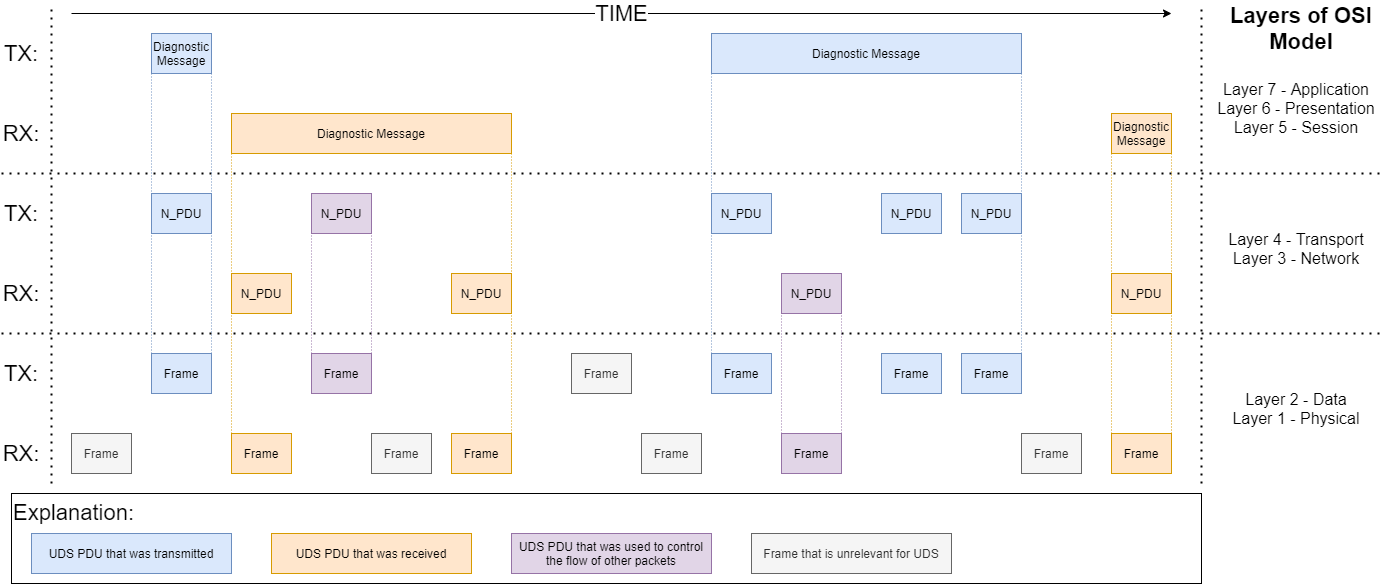
mdabrowski1990/uds keeps this draw.io diagram as docs/source/diagrams/KnowledgeBase-PDUs.png. Above is the earlier version. Source tidied: cells renumbered, new cells last; positions are measured from the earlier drawing's top-left corner, leaving out a move shared by most shapes. Its diagram source:
```xml
<mxGraphModel>
  <root>
    <mxCell id="0" />
    <mxCell id="1" parent="0" />
    <mxCell id="2" style="endArrow=none;dashed=1;html=1;dashPattern=1 3;strokeWidth=2;" parent="1" edge="1">
      <mxGeometry relative="1" as="geometry">
        <mxPoint y="170" as="sourcePoint" />
        <mxPoint x="1380" y="170" as="targetPoint" />
      </mxGeometry>
    </mxCell>
    <mxCell id="3" style="endArrow=none;dashed=1;html=1;dashPattern=1 3;strokeWidth=2;" parent="1" edge="1">
      <mxGeometry relative="1" as="geometry">
        <mxPoint y="330" as="sourcePoint" />
        <mxPoint x="1380" y="330" as="targetPoint" />
      </mxGeometry>
    </mxCell>
    <mxCell id="4" style="endArrow=none;dashed=1;html=1;dashPattern=1 3;strokeWidth=2;" parent="1" edge="1">
      <mxGeometry relative="1" as="geometry">
        <mxPoint x="1200" y="480" as="sourcePoint" />
        <mxPoint x="1200" as="targetPoint" />
      </mxGeometry>
    </mxCell>
    <mxCell id="5" value="Layers of OSI Model" style="text;html=1;strokeColor=none;fillColor=none;align=center;verticalAlign=middle;whiteSpace=wrap;rounded=0;fontStyle=1;fontSize=22;" parent="1" vertex="1">
      <mxGeometry x="1220" width="160" height="50" as="geometry" />
    </mxCell>
    <mxCell id="6" value="Layer 7 - Application&lt;br&gt;Layer 6 - Presentation&lt;br&gt;Layer 5 - Session" style="text;html=1;strokeColor=none;fillColor=none;align=center;verticalAlign=middle;whiteSpace=wrap;rounded=0;fontSize=16;perimeterSpacing=0;spacing=2;spacingTop=0;" parent="1" vertex="1">
      <mxGeometry x="1210" y="50" width="170" height="110" as="geometry" />
    </mxCell>
    <mxCell id="7" value="Diagnostic Message" style="whiteSpace=wrap;html=1;align=center;fillColor=#dae8fc;strokeColor=#6c8ebf;" parent="1" vertex="1">
      <mxGeometry x="150" y="30" width="60" height="40" as="geometry" />
    </mxCell>
    <mxCell id="8" value="Diagnostic Message" style="whiteSpace=wrap;html=1;align=center;fillColor=#ffe6cc;strokeColor=#d79b00;" parent="1" vertex="1">
      <mxGeometry x="230" y="110" width="280" height="40" as="geometry" />
    </mxCell>
    <mxCell id="9" value="N_PDU" style="whiteSpace=wrap;html=1;align=center;fillColor=#dae8fc;strokeColor=#6c8ebf;" parent="1" vertex="1">
      <mxGeometry x="150" y="190" width="60" height="40" as="geometry" />
    </mxCell>
    <mxCell id="10" value="N_PDU" style="whiteSpace=wrap;html=1;align=center;fillColor=#dae8fc;strokeColor=#6c8ebf;" parent="1" vertex="1">
      <mxGeometry x="710" y="190" width="60" height="40" as="geometry" />
    </mxCell>
    <mxCell id="11" value="N_PDU" style="whiteSpace=wrap;html=1;align=center;fillColor=#e1d5e7;strokeColor=#9673a6;" parent="1" vertex="1">
      <mxGeometry x="780" y="270" width="60" height="40" as="geometry" />
    </mxCell>
    <mxCell id="12" value="N_PDU" style="whiteSpace=wrap;html=1;align=center;fillColor=#dae8fc;strokeColor=#6c8ebf;" parent="1" vertex="1">
      <mxGeometry x="880" y="190" width="60" height="40" as="geometry" />
    </mxCell>
    <mxCell id="13" value="N_PDU" style="whiteSpace=wrap;html=1;align=center;fillColor=#dae8fc;strokeColor=#6c8ebf;" parent="1" vertex="1">
      <mxGeometry x="960" y="190" width="60" height="40" as="geometry" />
    </mxCell>
    <mxCell id="14" value="N_PDU" style="whiteSpace=wrap;html=1;align=center;fillColor=#ffe6cc;strokeColor=#d79b00;" parent="1" vertex="1">
      <mxGeometry x="230" y="270" width="60" height="40" as="geometry" />
    </mxCell>
    <mxCell id="15" value="Frame" style="whiteSpace=wrap;html=1;align=center;fillColor=#f5f5f5;strokeColor=#666666;fontColor=#333333;" parent="1" vertex="1">
      <mxGeometry x="70" y="430" width="60" height="40" as="geometry" />
    </mxCell>
    <mxCell id="16" value="Diagnostic Message" style="whiteSpace=wrap;html=1;align=center;fillColor=#dae8fc;strokeColor=#6c8ebf;" parent="1" vertex="1">
      <mxGeometry x="710" y="30" width="310" height="40" as="geometry" />
    </mxCell>
    <mxCell id="17" value="N_PDU" style="whiteSpace=wrap;html=1;align=center;fillColor=#ffe6cc;strokeColor=#d79b00;" parent="1" vertex="1">
      <mxGeometry x="1110" y="270" width="60" height="40" as="geometry" />
    </mxCell>
    <mxCell id="18" value="Diagnostic Message" style="whiteSpace=wrap;html=1;align=center;fillColor=#ffe6cc;strokeColor=#d79b00;" parent="1" vertex="1">
      <mxGeometry x="1110" y="110" width="60" height="40" as="geometry" />
    </mxCell>
    <mxCell id="19" value="Frame" style="whiteSpace=wrap;html=1;align=center;fillColor=#dae8fc;strokeColor=#6c8ebf;" parent="1" vertex="1">
      <mxGeometry x="150" y="350" width="60" height="40" as="geometry" />
    </mxCell>
    <mxCell id="20" value="Frame" style="whiteSpace=wrap;html=1;align=center;fillColor=#dae8fc;strokeColor=#6c8ebf;" parent="1" vertex="1">
      <mxGeometry x="960" y="350" width="60" height="40" as="geometry" />
    </mxCell>
    <mxCell id="21" value="Frame" style="whiteSpace=wrap;html=1;align=center;fillColor=#e1d5e7;strokeColor=#9673a6;" parent="1" vertex="1">
      <mxGeometry x="780" y="430" width="60" height="40" as="geometry" />
    </mxCell>
    <mxCell id="22" value="Frame" style="whiteSpace=wrap;html=1;align=center;fillColor=#ffe6cc;strokeColor=#d79b00;" parent="1" vertex="1">
      <mxGeometry x="450" y="430" width="60" height="40" as="geometry" />
    </mxCell>
    <mxCell id="23" value="Frame" style="whiteSpace=wrap;html=1;align=center;fillColor=#dae8fc;strokeColor=#6c8ebf;" parent="1" vertex="1">
      <mxGeometry x="710" y="350" width="60" height="40" as="geometry" />
    </mxCell>
    <mxCell id="24" value="Frame" style="whiteSpace=wrap;html=1;align=center;fillColor=#dae8fc;strokeColor=#6c8ebf;" parent="1" vertex="1">
      <mxGeometry x="880" y="350" width="60" height="40" as="geometry" />
    </mxCell>
    <mxCell id="25" value="Frame" style="whiteSpace=wrap;html=1;align=center;fillColor=#ffe6cc;strokeColor=#d79b00;" parent="1" vertex="1">
      <mxGeometry x="1110" y="430" width="60" height="40" as="geometry" />
    </mxCell>
    <mxCell id="26" value="Frame" style="whiteSpace=wrap;html=1;align=center;fillColor=#f5f5f5;strokeColor=#666666;fontColor=#333333;" parent="1" vertex="1">
      <mxGeometry x="1020" y="430" width="60" height="40" as="geometry" />
    </mxCell>
    <mxCell id="27" value="TX:" style="text;html=1;strokeColor=none;fillColor=none;align=center;verticalAlign=middle;whiteSpace=wrap;rounded=0;fontSize=22;" parent="1" vertex="1">
      <mxGeometry y="30" width="40" height="40" as="geometry" />
    </mxCell>
    <mxCell id="28" value="RX:" style="text;html=1;strokeColor=none;fillColor=none;align=center;verticalAlign=middle;whiteSpace=wrap;rounded=0;fontSize=22;" parent="1" vertex="1">
      <mxGeometry y="110" width="40" height="40" as="geometry" />
    </mxCell>
    <mxCell id="29" value="TX:" style="text;html=1;strokeColor=none;fillColor=none;align=center;verticalAlign=middle;whiteSpace=wrap;rounded=0;fontSize=22;" parent="1" vertex="1">
      <mxGeometry y="190" width="40" height="40" as="geometry" />
    </mxCell>
    <mxCell id="30" value="RX:" style="text;html=1;strokeColor=none;fillColor=none;align=center;verticalAlign=middle;whiteSpace=wrap;rounded=0;fontSize=22;" parent="1" vertex="1">
      <mxGeometry y="270" width="40" height="40" as="geometry" />
    </mxCell>
    <mxCell id="31" value="TX:" style="text;html=1;strokeColor=none;fillColor=none;align=center;verticalAlign=middle;whiteSpace=wrap;rounded=0;fontSize=22;" parent="1" vertex="1">
      <mxGeometry y="350" width="40" height="40" as="geometry" />
    </mxCell>
    <mxCell id="32" value="RX:" style="text;html=1;strokeColor=none;fillColor=none;align=center;verticalAlign=middle;whiteSpace=wrap;rounded=0;fontSize=22;" parent="1" vertex="1">
      <mxGeometry y="430" width="40" height="40" as="geometry" />
    </mxCell>
    <mxCell id="33" style="endArrow=none;dashed=1;html=1;dashPattern=1 3;strokeWidth=2;" parent="1" edge="1">
      <mxGeometry relative="1" as="geometry">
        <mxPoint x="50" y="480" as="sourcePoint" />
        <mxPoint x="50" as="targetPoint" />
      </mxGeometry>
    </mxCell>
    <mxCell id="34" value="N_PDU" style="whiteSpace=wrap;html=1;align=center;fillColor=#e1d5e7;strokeColor=#9673a6;" parent="1" vertex="1">
      <mxGeometry x="310" y="190" width="60" height="40" as="geometry" />
    </mxCell>
    <mxCell id="35" value="Frame" style="whiteSpace=wrap;html=1;align=center;fillColor=#e1d5e7;strokeColor=#9673a6;" parent="1" vertex="1">
      <mxGeometry x="310" y="350" width="60" height="40" as="geometry" />
    </mxCell>
    <mxCell id="36" value="Frame" style="whiteSpace=wrap;html=1;align=center;fillColor=#ffe6cc;strokeColor=#d79b00;" parent="1" vertex="1">
      <mxGeometry x="230" y="430" width="60" height="40" as="geometry" />
    </mxCell>
    <mxCell id="37" value="Frame" style="whiteSpace=wrap;html=1;align=center;fillColor=#f5f5f5;strokeColor=#666666;fontColor=#333333;" parent="1" vertex="1">
      <mxGeometry x="370" y="430" width="60" height="40" as="geometry" />
    </mxCell>
    <mxCell id="38" value="Layer 2 - Data&lt;br&gt;Layer 1 - Physical" style="text;html=1;strokeColor=none;fillColor=none;align=center;verticalAlign=middle;whiteSpace=wrap;rounded=0;fontSize=16;" parent="1" vertex="1">
      <mxGeometry x="1210" y="350" width="170" height="110" as="geometry" />
    </mxCell>
    <mxCell id="39" value="Layer 4 - Transport&lt;br&gt;Layer 3 - Network" style="text;html=1;strokeColor=none;fillColor=none;align=center;verticalAlign=middle;whiteSpace=wrap;rounded=0;fontSize=16;" parent="1" vertex="1">
      <mxGeometry x="1210" y="190" width="170" height="110" as="geometry" />
    </mxCell>
    <mxCell id="40" value="N_PDU" style="whiteSpace=wrap;html=1;align=center;fillColor=#ffe6cc;strokeColor=#d79b00;" parent="1" vertex="1">
      <mxGeometry x="450" y="270" width="60" height="40" as="geometry" />
    </mxCell>
    <mxCell id="41" value="Frame" style="whiteSpace=wrap;html=1;align=center;fillColor=#f5f5f5;strokeColor=#666666;fontColor=#333333;" parent="1" vertex="1">
      <mxGeometry x="570" y="350" width="60" height="40" as="geometry" />
    </mxCell>
    <mxCell id="42" value="Frame" style="whiteSpace=wrap;html=1;align=center;fillColor=#f5f5f5;strokeColor=#666666;fontColor=#333333;" parent="1" vertex="1">
      <mxGeometry x="640" y="430" width="60" height="40" as="geometry" />
    </mxCell>
    <mxCell id="43" value="Explanation:" style="rounded=0;whiteSpace=wrap;html=1;fontSize=22;fillColor=none;align=left;verticalAlign=top;" parent="1" vertex="1">
      <mxGeometry x="10" y="490" width="1190" height="90" as="geometry" />
    </mxCell>
    <mxCell id="44" value="UDS PDU that was transmitted" style="whiteSpace=wrap;html=1;align=center;fillColor=#dae8fc;strokeColor=#6c8ebf;" parent="1" vertex="1">
      <mxGeometry x="30" y="530" width="200" height="40" as="geometry" />
    </mxCell>
    <mxCell id="45" style="endArrow=none;html=1;fontSize=22;fillColor=#dae8fc;strokeColor=#6c8ebf;entryX=0;entryY=1;entryDx=0;entryDy=0;dashed=1;dashPattern=1 2;" parent="1" edge="1" target="16">
      <mxGeometry relative="1" as="geometry">
        <mxPoint x="710" y="350" as="sourcePoint" />
      </mxGeometry>
    </mxCell>
    <mxCell id="46" style="endArrow=none;html=1;fontSize=22;fillColor=#dae8fc;strokeColor=#6c8ebf;entryX=1;entryY=1;entryDx=0;entryDy=0;exitX=1;exitY=0;exitDx=0;exitDy=0;dashed=1;dashPattern=1 2;" parent="1" edge="1" source="20" target="16">
      <mxGeometry relative="1" as="geometry" />
    </mxCell>
    <mxCell id="47" style="endArrow=none;html=1;fontSize=22;fillColor=#dae8fc;strokeColor=#6c8ebf;entryX=1;entryY=1;entryDx=0;entryDy=0;exitX=1;exitY=0;exitDx=0;exitDy=0;dashed=1;dashPattern=1 2;" parent="1" edge="1" source="19" target="7">
      <mxGeometry relative="1" as="geometry" />
    </mxCell>
    <mxCell id="48" style="endArrow=none;html=1;fontSize=22;fillColor=#dae8fc;strokeColor=#6c8ebf;entryX=0;entryY=1;entryDx=0;entryDy=0;exitX=0;exitY=0;exitDx=0;exitDy=0;dashed=1;dashPattern=1 2;" parent="1" edge="1" source="19" target="7">
      <mxGeometry relative="1" as="geometry" />
    </mxCell>
    <mxCell id="49" style="endArrow=none;html=1;fontSize=22;fillColor=#ffe6cc;strokeColor=#d79b00;entryX=0;entryY=1;entryDx=0;entryDy=0;exitX=0;exitY=0;exitDx=0;exitDy=0;dashed=1;dashPattern=1 2;" parent="1" edge="1" source="36" target="8">
      <mxGeometry relative="1" as="geometry" />
    </mxCell>
    <mxCell id="50" style="endArrow=none;html=1;fontSize=22;fillColor=#ffe6cc;strokeColor=#d79b00;entryX=1;entryY=1;entryDx=0;entryDy=0;exitX=1;exitY=0;exitDx=0;exitDy=0;dashed=1;dashPattern=1 2;" parent="1" edge="1" source="22" target="8">
      <mxGeometry relative="1" as="geometry" />
    </mxCell>
    <mxCell id="51" style="endArrow=none;html=1;fontSize=22;fillColor=#ffe6cc;strokeColor=#d79b00;entryX=1;entryY=1;entryDx=0;entryDy=0;exitX=1;exitY=0;exitDx=0;exitDy=0;dashed=1;dashPattern=1 2;" parent="1" edge="1" source="25" target="18">
      <mxGeometry relative="1" as="geometry" />
    </mxCell>
    <mxCell id="52" style="endArrow=none;html=1;fontSize=22;fillColor=#ffe6cc;strokeColor=#d79b00;entryX=0;entryY=1;entryDx=0;entryDy=0;exitX=0;exitY=0;exitDx=0;exitDy=0;dashed=1;dashPattern=1 2;" parent="1" edge="1" source="25" target="18">
      <mxGeometry relative="1" as="geometry" />
    </mxCell>
    <mxCell id="53" value="UDS PDU that was received" style="whiteSpace=wrap;html=1;align=center;fillColor=#ffe6cc;strokeColor=#d79b00;" parent="1" vertex="1">
      <mxGeometry x="270" y="530" width="200" height="40" as="geometry" />
    </mxCell>
    <mxCell id="54" value="UDS PDU that was used to control the flow of other packets" style="whiteSpace=wrap;html=1;align=center;fillColor=#e1d5e7;strokeColor=#9673a6;" parent="1" vertex="1">
      <mxGeometry x="510" y="530" width="200" height="40" as="geometry" />
    </mxCell>
    <mxCell id="55" value="Frame that is unrelevant for UDS" style="whiteSpace=wrap;html=1;align=center;fillColor=#f5f5f5;strokeColor=#666666;fontColor=#333333;" parent="1" vertex="1">
      <mxGeometry x="750" y="530" width="200" height="40" as="geometry" />
    </mxCell>
    <mxCell id="56" style="endArrow=none;html=1;fontSize=22;fillColor=#e1d5e7;strokeColor=#9673a6;entryX=1;entryY=1;entryDx=0;entryDy=0;exitX=1;exitY=0;exitDx=0;exitDy=0;dashed=1;dashPattern=1 2;" parent="1" edge="1" source="35" target="34">
      <mxGeometry relative="1" as="geometry" />
    </mxCell>
    <mxCell id="57" style="endArrow=none;html=1;fontSize=22;fillColor=#e1d5e7;strokeColor=#9673a6;entryX=0;entryY=1;entryDx=0;entryDy=0;exitX=0;exitY=0;exitDx=0;exitDy=0;dashed=1;dashPattern=1 2;" parent="1" edge="1" source="35" target="34">
      <mxGeometry relative="1" as="geometry" />
    </mxCell>
    <mxCell id="58" style="endArrow=none;html=1;fontSize=22;fillColor=#e1d5e7;strokeColor=#9673a6;entryX=0;entryY=1;entryDx=0;entryDy=0;exitX=0;exitY=0;exitDx=0;exitDy=0;dashed=1;dashPattern=1 2;" parent="1" edge="1" source="21" target="11">
      <mxGeometry relative="1" as="geometry" />
    </mxCell>
    <mxCell id="59" style="endArrow=none;html=1;fontSize=22;fillColor=#e1d5e7;strokeColor=#9673a6;entryX=1;entryY=1;entryDx=0;entryDy=0;exitX=1;exitY=0;exitDx=0;exitDy=0;dashed=1;dashPattern=1 2;" parent="1" edge="1" source="21" target="11">
      <mxGeometry relative="1" as="geometry" />
    </mxCell>
    <mxCell id="60" value="TIME" style="endArrow=classic;html=1;fontSize=22;" parent="1" edge="1">
      <mxGeometry relative="1" as="geometry">
        <mxPoint x="70" y="10" as="sourcePoint" />
        <mxPoint x="1170" y="10" as="targetPoint" />
      </mxGeometry>
    </mxCell>
  </root>
</mxGraphModel>
```
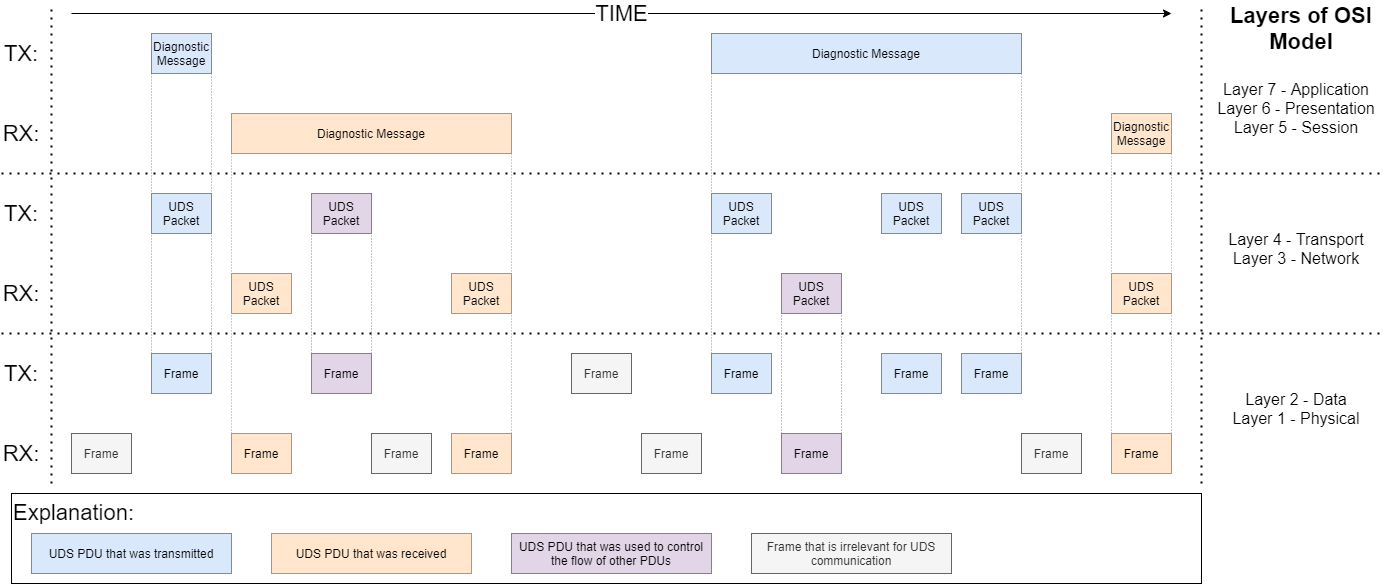
Later version of the same file.

Commit message:
pdu_example

Update picture with PDUs example

Change to the diagram source:
```diff
@@ -32,22 +32,22 @@
     <mxCell id="8" value="Diagnostic Message" style="whiteSpace=wrap;html=1;align=center;fillColor=#ffe6cc;strokeColor=#d79b00;" parent="1" vertex="1">
       <mxGeometry x="230" y="110" width="280" height="40" as="geometry" />
     </mxCell>
-    <mxCell id="9" value="N_PDU" style="whiteSpace=wrap;html=1;align=center;fillColor=#dae8fc;strokeColor=#6c8ebf;" parent="1" vertex="1">
+    <mxCell id="9" value="UDS Packet" style="whiteSpace=wrap;html=1;align=center;fillColor=#dae8fc;strokeColor=#6c8ebf;" parent="1" vertex="1">
       <mxGeometry x="150" y="190" width="60" height="40" as="geometry" />
     </mxCell>
-    <mxCell id="10" value="N_PDU" style="whiteSpace=wrap;html=1;align=center;fillColor=#dae8fc;strokeColor=#6c8ebf;" parent="1" vertex="1">
+    <mxCell id="10" value="UDS Packet" style="whiteSpace=wrap;html=1;align=center;fillColor=#dae8fc;strokeColor=#6c8ebf;" parent="1" vertex="1">
       <mxGeometry x="710" y="190" width="60" height="40" as="geometry" />
     </mxCell>
-    <mxCell id="11" value="N_PDU" style="whiteSpace=wrap;html=1;align=center;fillColor=#e1d5e7;strokeColor=#9673a6;" parent="1" vertex="1">
+    <mxCell id="11" value="UDS Packet" style="whiteSpace=wrap;html=1;align=center;fillColor=#e1d5e7;strokeColor=#9673a6;" parent="1" vertex="1">
       <mxGeometry x="780" y="270" width="60" height="40" as="geometry" />
     </mxCell>
-    <mxCell id="12" value="N_PDU" style="whiteSpace=wrap;html=1;align=center;fillColor=#dae8fc;strokeColor=#6c8ebf;" parent="1" vertex="1">
+    <mxCell id="12" value="UDS Packet" style="whiteSpace=wrap;html=1;align=center;fillColor=#dae8fc;strokeColor=#6c8ebf;" parent="1" vertex="1">
       <mxGeometry x="880" y="190" width="60" height="40" as="geometry" />
     </mxCell>
-    <mxCell id="13" value="N_PDU" style="whiteSpace=wrap;html=1;align=center;fillColor=#dae8fc;strokeColor=#6c8ebf;" parent="1" vertex="1">
+    <mxCell id="13" value="UDS Packet" style="whiteSpace=wrap;html=1;align=center;fillColor=#dae8fc;strokeColor=#6c8ebf;" parent="1" vertex="1">
       <mxGeometry x="960" y="190" width="60" height="40" as="geometry" />
     </mxCell>
-    <mxCell id="14" value="N_PDU" style="whiteSpace=wrap;html=1;align=center;fillColor=#ffe6cc;strokeColor=#d79b00;" parent="1" vertex="1">
+    <mxCell id="14" value="UDS Packet" style="whiteSpace=wrap;html=1;align=center;fillColor=#ffe6cc;strokeColor=#d79b00;" parent="1" vertex="1">
       <mxGeometry x="230" y="270" width="60" height="40" as="geometry" />
     </mxCell>
     <mxCell id="15" value="Frame" style="whiteSpace=wrap;html=1;align=center;fillColor=#f5f5f5;strokeColor=#666666;fontColor=#333333;" parent="1" vertex="1">
@@ -56,7 +56,7 @@
     <mxCell id="16" value="Diagnostic Message" style="whiteSpace=wrap;html=1;align=center;fillColor=#dae8fc;strokeColor=#6c8ebf;" parent="1" vertex="1">
       <mxGeometry x="710" y="30" width="310" height="40" as="geometry" />
     </mxCell>
-    <mxCell id="17" value="N_PDU" style="whiteSpace=wrap;html=1;align=center;fillColor=#ffe6cc;strokeColor=#d79b00;" parent="1" vertex="1">
+    <mxCell id="17" value="UDS Packet" style="whiteSpace=wrap;html=1;align=center;fillColor=#ffe6cc;strokeColor=#d79b00;" parent="1" vertex="1">
       <mxGeometry x="1110" y="270" width="60" height="40" as="geometry" />
     </mxCell>
     <mxCell id="18" value="Diagnostic Message" style="whiteSpace=wrap;html=1;align=center;fillColor=#ffe6cc;strokeColor=#d79b00;" parent="1" vertex="1">
@@ -110,7 +110,7 @@
         <mxPoint x="50" as="targetPoint" />
       </mxGeometry>
     </mxCell>
-    <mxCell id="34" value="N_PDU" style="whiteSpace=wrap;html=1;align=center;fillColor=#e1d5e7;strokeColor=#9673a6;" parent="1" vertex="1">
+    <mxCell id="34" value="UDS Packet" style="whiteSpace=wrap;html=1;align=center;fillColor=#e1d5e7;strokeColor=#9673a6;" parent="1" vertex="1">
       <mxGeometry x="310" y="190" width="60" height="40" as="geometry" />
     </mxCell>
     <mxCell id="35" value="Frame" style="whiteSpace=wrap;html=1;align=center;fillColor=#e1d5e7;strokeColor=#9673a6;" parent="1" vertex="1">
@@ -128,7 +128,7 @@
     <mxCell id="39" value="Layer 4 - Transport&lt;br&gt;Layer 3 - Network" style="text;html=1;strokeColor=none;fillColor=none;align=center;verticalAlign=middle;whiteSpace=wrap;rounded=0;fontSize=16;" parent="1" vertex="1">
       <mxGeometry x="1210" y="190" width="170" height="110" as="geometry" />
     </mxCell>
-    <mxCell id="40" value="N_PDU" style="whiteSpace=wrap;html=1;align=center;fillColor=#ffe6cc;strokeColor=#d79b00;" parent="1" vertex="1">
+    <mxCell id="40" value="UDS Packet" style="whiteSpace=wrap;html=1;align=center;fillColor=#ffe6cc;strokeColor=#d79b00;" parent="1" vertex="1">
       <mxGeometry x="450" y="270" width="60" height="40" as="geometry" />
     </mxCell>
     <mxCell id="41" value="Frame" style="whiteSpace=wrap;html=1;align=center;fillColor=#f5f5f5;strokeColor=#666666;fontColor=#333333;" parent="1" vertex="1">
@@ -172,10 +172,10 @@
     <mxCell id="53" value="UDS PDU that was received" style="whiteSpace=wrap;html=1;align=center;fillColor=#ffe6cc;strokeColor=#d79b00;" parent="1" vertex="1">
       <mxGeometry x="270" y="530" width="200" height="40" as="geometry" />
     </mxCell>
-    <mxCell id="54" value="UDS PDU that was used to control the flow of other packets" style="whiteSpace=wrap;html=1;align=center;fillColor=#e1d5e7;strokeColor=#9673a6;" parent="1" vertex="1">
+    <mxCell id="54" value="UDS PDU that was used to control the flow of other PDUs" style="whiteSpace=wrap;html=1;align=center;fillColor=#e1d5e7;strokeColor=#9673a6;" parent="1" vertex="1">
       <mxGeometry x="510" y="530" width="200" height="40" as="geometry" />
     </mxCell>
-    <mxCell id="55" value="Frame that is unrelevant for UDS" style="whiteSpace=wrap;html=1;align=center;fillColor=#f5f5f5;strokeColor=#666666;fontColor=#333333;" parent="1" vertex="1">
+    <mxCell id="55" value="Frame that is irrelevant for UDS communication" style="whiteSpace=wrap;html=1;align=center;fillColor=#f5f5f5;strokeColor=#666666;fontColor=#333333;" parent="1" vertex="1">
       <mxGeometry x="750" y="530" width="200" height="40" as="geometry" />
     </mxCell>
     <mxCell id="56" style="endArrow=none;html=1;fontSize=22;fillColor=#e1d5e7;strokeColor=#9673a6;entryX=1;entryY=1;entryDx=0;entryDy=0;exitX=1;exitY=0;exitDx=0;exitDy=0;dashed=1;dashPattern=1 2;" parent="1" edge="1" source="35" target="34">
```
